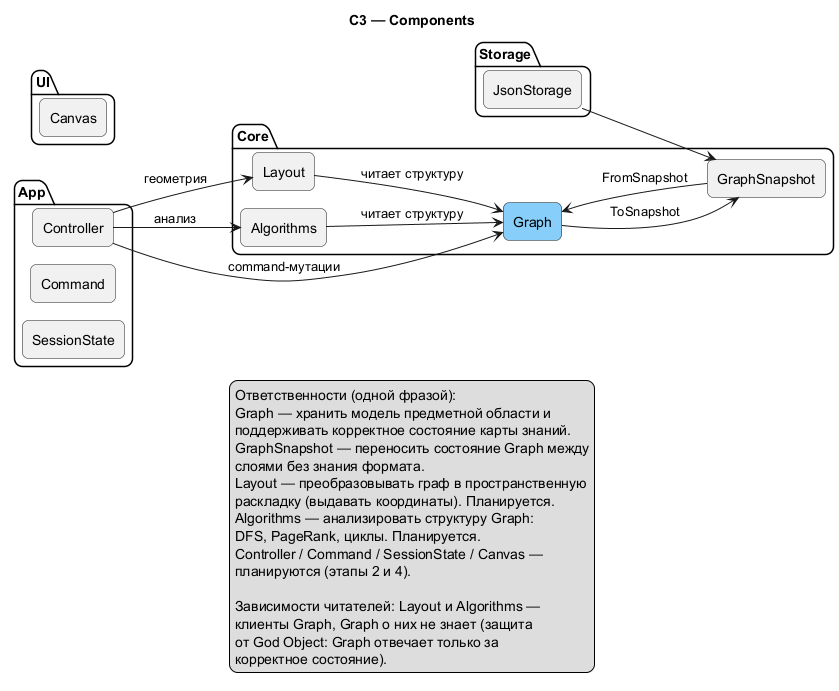
This is docs/assets/c4/C3.png from Anastas2817/ravel-kb, a PlantUML export, as it was before one commit. The source it was exported from:
```plantuml
@startuml C3
!pragma layout smetana
skinparam shadowing false
skinparam componentStyle rectangle
skinparam rectangle {
  RoundCorner 12
}
skinparam package {
  RoundCorner 16
}
skinparam legend {
  RoundCorner 12
}
left to right direction
title C3 — Components

package "Core" {

  rectangle "Graph" as Graph #LightSkyBlue
  rectangle "GraphSnapshot" as Snapshot
  rectangle "Layout" as Layout
  rectangle "Algorithms" as Algo

  Layout --> Graph : читает структуру
  Algo --> Graph : читает структуру
  Graph --> Snapshot : ToSnapshot
  Snapshot --> Graph : FromSnapshot
}

package "App" {
  rectangle "Controller" as Ctrl
  rectangle "Command" as Cmd
  rectangle "SessionState" as Session
}

package "UI" {
  rectangle "Canvas" as Canvas
}

package "Storage" {
  rectangle "JsonStorage" as JsonS
}

Ctrl --> Graph : command-мутации
Ctrl --> Algo : анализ
Ctrl --> Layout : геометрия
JsonS --> Snapshot

legend bottom
  Ответственности (одной фразой):
  Graph — хранить модель предметной области и
  поддерживать корректное состояние карты знаний.
  GraphSnapshot — переносить состояние Graph между
  слоями без знания формата.
  Layout — преобразовывать граф в пространственную
  раскладку (выдавать координаты). Планируется.
  Algorithms — анализировать структуру Graph:
  DFS, PageRank, циклы. Планируется.
  Controller / Command / SessionState / Canvas —
  планируются (этапы 2 и 4).

  Зависимости читателей: Layout и Algorithms —
  клиенты Graph, Graph о них не знает (защита
  от God Object: Graph отвечает только за
  корректное состояние).
end legend
@enduml
```
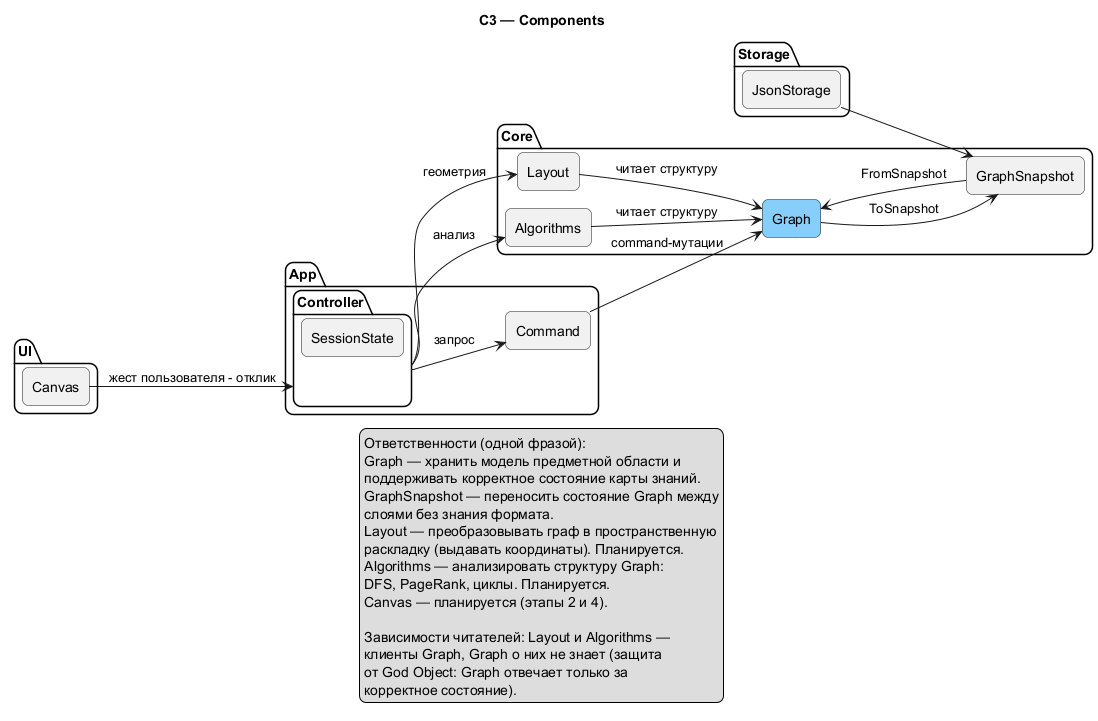
Later version of the same file.

The edit, as a diff of the source:
```diff
@@ -28,9 +28,10 @@
 }
 
 package "App" {
-  rectangle "Controller" as Ctrl
+  package "Controller" as Ctrl {
+    rectangle "SessionState" as Session
+  }
   rectangle "Command" as Cmd
-  rectangle "SessionState" as Session
 }
 
 package "UI" {
@@ -41,10 +42,12 @@
   rectangle "JsonStorage" as JsonS
 }
 
-Ctrl --> Graph : command-мутации
+Ctrl --> Cmd : запрос
+Cmd --> Graph : command-мутации
 Ctrl --> Algo : анализ
 Ctrl --> Layout : геометрия
 JsonS --> Snapshot
+Canvas --> Ctrl : жест пользователя - отклик
 
 legend bottom
   Ответственности (одной фразой):
@@ -56,8 +59,7 @@
   раскладку (выдавать координаты). Планируется.
   Algorithms — анализировать структуру Graph:
   DFS, PageRank, циклы. Планируется.
-  Controller / Command / SessionState / Canvas —
-  планируются (этапы 2 и 4).
+  Canvas — планируется (этапы 2 и 4).
 
   Зависимости читателей: Layout и Algorithms —
   клиенты Graph, Graph о них не знает (защита
```
